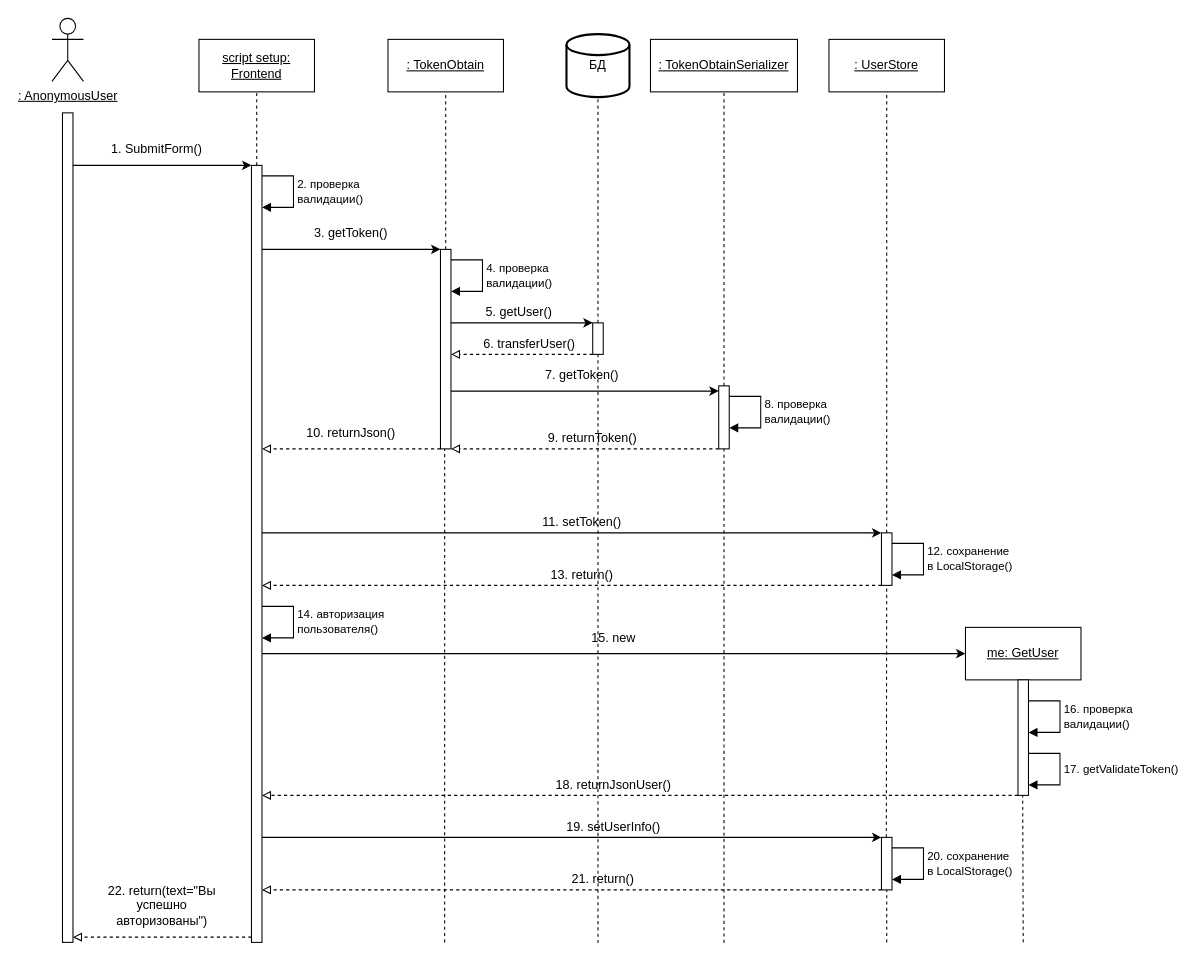
Earlier version of the draw.io diagram diagrams/UML_Diagramma_posledowatelnostey.drawio (Dimatron74/FadGamer). Source tidied: cells renumbered, new cells numbered last; positions are measured from the earlier drawing's top-left corner, leaving out a move shared by most shapes. Both pictures are drawn from the tidied source at 105%, with x=0, y=0 at pixel (51, 18).
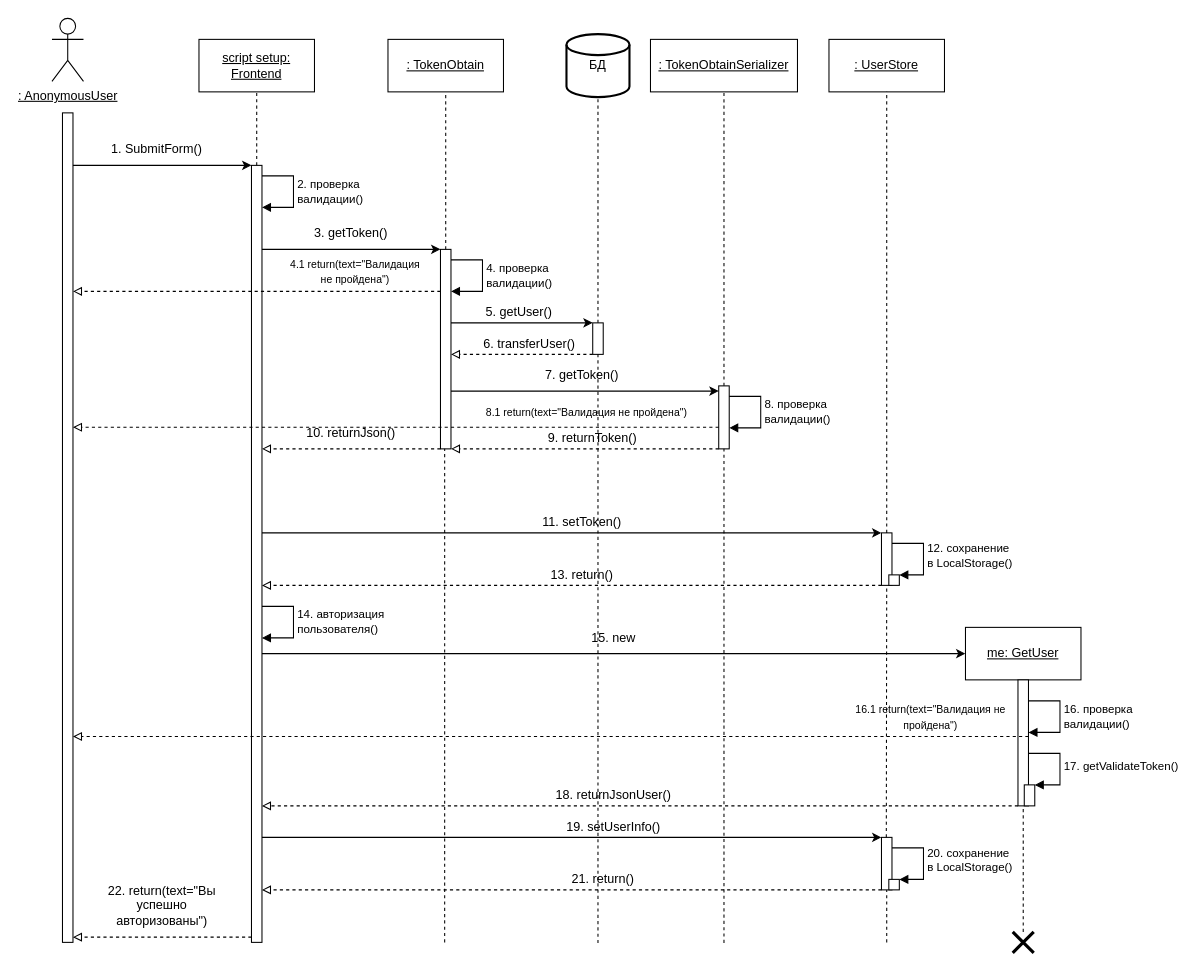
The same page after the edit.

Unchanged cells that the change refers to:
```xml
<mxCell id="9" style="html=1;points=[[0,0,0,0,5],[0,1,0,0,-5],[1,0,0,0,5],[1,1,0,0,-5]];perimeter=orthogonalPerimeter;outlineConnect=0;targetShapes=umlLifeline;portConstraint=eastwest;newEdgeStyle={&quot;curved&quot;:0,&quot;rounded&quot;:0};" parent="1" vertex="1">
  <mxGeometry x="10" y="90" width="10" height="790" as="geometry" />
</mxCell>
```

Change to the diagram source:
```diff
@@
-    <mxCell id="39" value="12. сохранение &lt;br&gt;в LocalStorage()" style="html=1;align=left;spacingLeft=2;endArrow=block;rounded=0;edgeStyle=orthogonalEdgeStyle;curved=0;rounded=0;" parent="1" edge="1">
+    <mxCell id="39" value="12. сохранение &lt;br&gt;в LocalStorage()" style="html=1;align=left;spacingLeft=2;endArrow=block;rounded=0;edgeStyle=orthogonalEdgeStyle;curved=0;rounded=0;" parent="1" edge="1" target="71">
       <mxGeometry relative="1" as="geometry">
         <mxPoint x="800" y="500" as="sourcePoint" />
-        <mxPoint x="800" y="530" as="targetPoint" />
         <Array as="points">
           <mxPoint x="830" y="500" />
           <mxPoint x="830" y="530" />
         </Array>
       </mxGeometry>
     </mxCell>
@@
     <mxCell id="45" style="html=1;points=[[0,0,0,0,5],[0,1,0,0,-5],[1,0,0,0,5],[1,1,0,0,-5]];perimeter=orthogonalPerimeter;outlineConnect=0;targetShapes=umlLifeline;portConstraint=eastwest;newEdgeStyle={&quot;curved&quot;:0,&quot;rounded&quot;:0};" parent="1" vertex="1">
-      <mxGeometry x="920" y="630" width="10" height="110" as="geometry" />
+      <mxGeometry x="920" y="630" width="10" height="120" as="geometry" />
     </mxCell>
@@
-    <mxCell id="47" value="17. getValidateToken()" style="html=1;align=left;spacingLeft=2;endArrow=block;rounded=0;edgeStyle=orthogonalEdgeStyle;curved=0;rounded=0;" parent="1" edge="1">
+    <mxCell id="47" value="17. getValidateToken()" style="html=1;align=left;spacingLeft=2;endArrow=block;rounded=0;edgeStyle=orthogonalEdgeStyle;curved=0;rounded=0;" parent="1" edge="1" target="70">
       <mxGeometry relative="1" as="geometry">
         <mxPoint x="930" y="700" as="sourcePoint" />
-        <mxPoint x="930" y="730" as="targetPoint" />
         <Array as="points">
           <mxPoint x="960" y="700" />
           <mxPoint x="960" y="730" />
         </Array>
       </mxGeometry>
     </mxCell>
-    <mxCell id="48" style="endArrow=block;html=1;rounded=0;dashed=1;endFill=0;" parent="1" edge="1" source="45">
+    <mxCell id="48" style="endArrow=block;html=1;rounded=0;dashed=1;endFill=0;" parent="1" edge="1">
       <mxGeometry relative="1" as="geometry">
-        <mxPoint x="200" y="740" as="targetPoint" />
+        <mxPoint x="920" y="750" as="sourcePoint" />
+        <mxPoint x="200" y="750" as="targetPoint" />
       </mxGeometry>
     </mxCell>
     <mxCell id="49" value="18. returnJsonUser()" style="text;html=1;align=center;verticalAlign=middle;whiteSpace=wrap;rounded=0;" parent="1" vertex="1">
-      <mxGeometry x="470" y="720" width="130" height="20" as="geometry" />
+      <mxGeometry x="470" y="730" width="130" height="20" as="geometry" />
     </mxCell>
@@
-    <mxCell id="53" value="20. сохранение &lt;br&gt;в LocalStorage()" style="html=1;align=left;spacingLeft=2;endArrow=block;rounded=0;edgeStyle=orthogonalEdgeStyle;curved=0;rounded=0;" parent="1" edge="1">
+    <mxCell id="53" value="20. сохранение &lt;br&gt;в LocalStorage()" style="html=1;align=left;spacingLeft=2;endArrow=block;rounded=0;edgeStyle=orthogonalEdgeStyle;curved=0;rounded=0;" parent="1" edge="1" target="72">
       <mxGeometry relative="1" as="geometry">
         <mxPoint x="800" y="790" as="sourcePoint" />
-        <mxPoint x="800" y="820" as="targetPoint" />
         <Array as="points">
           <mxPoint x="830" y="790" />
           <mxPoint x="830" y="820" />
         </Array>
       </mxGeometry>
     </mxCell>
@@
-    <mxCell id="58" style="endArrow=none;dashed=1;html=1;rounded=0;" parent="1" edge="1">
+    <mxCell id="58" style="endArrow=none;dashed=1;html=1;rounded=0;" parent="1" edge="1" source="73">
       <mxGeometry relative="1" as="geometry">
-        <mxPoint x="925" y="880" as="sourcePoint" />
-        <mxPoint x="924.5" y="740" as="targetPoint" />
+        <mxPoint x="925" y="750" as="targetPoint" />
       </mxGeometry>
     </mxCell>
@@
+    <mxCell id="64" style="endArrow=block;html=1;rounded=0;dashed=1;endFill=0;" parent="1" edge="1" target="9">
+      <mxGeometry relative="1" as="geometry">
+        <mxPoint x="370" y="260" as="sourcePoint" />
+      </mxGeometry>
+    </mxCell>
+    <mxCell id="65" value="&lt;font style=&quot;font-size: 10px;&quot;&gt;4.1 return(text=&quot;Валидация не пройдена&quot;)&lt;/font&gt;" style="text;html=1;align=center;verticalAlign=middle;whiteSpace=wrap;rounded=0;" parent="1" vertex="1">
+      <mxGeometry x="224" y="226" width="130" height="30" as="geometry" />
+    </mxCell>
+    <mxCell id="66" style="endArrow=block;html=1;rounded=0;dashed=1;endFill=0;" parent="1" edge="1" target="9">
+      <mxGeometry relative="1" as="geometry">
+        <mxPoint x="635" y="389.4" as="sourcePoint" />
+      </mxGeometry>
+    </mxCell>
+    <mxCell id="67" value="&lt;font style=&quot;font-size: 10px;&quot;&gt;8.1 return(text=&quot;Валидация не пройдена&quot;)&lt;/font&gt;" style="text;html=1;align=center;verticalAlign=middle;whiteSpace=wrap;rounded=0;" parent="1" vertex="1">
+      <mxGeometry x="400" y="360" width="219" height="30" as="geometry" />
+    </mxCell>
+    <mxCell id="68" style="endArrow=block;html=1;rounded=0;dashed=1;endFill=0;" parent="1" edge="1" target="9">
+      <mxGeometry relative="1" as="geometry">
+        <mxPoint x="930" y="684" as="sourcePoint" />
+      </mxGeometry>
+    </mxCell>
+    <mxCell id="69" value="&lt;font style=&quot;font-size: 10px;&quot;&gt;16.1 return(text=&quot;Валидация не пройдена&quot;)&lt;/font&gt;" style="text;html=1;align=center;verticalAlign=middle;whiteSpace=wrap;rounded=0;" parent="1" vertex="1">
+      <mxGeometry x="760" y="650" width="154" height="30" as="geometry" />
+    </mxCell>
+    <mxCell id="70" style="html=1;points=[[0,0,0,0,5],[0,1,0,0,-5],[1,0,0,0,5],[1,1,0,0,-5]];perimeter=orthogonalPerimeter;outlineConnect=0;targetShapes=umlLifeline;portConstraint=eastwest;newEdgeStyle={&quot;curved&quot;:0,&quot;rounded&quot;:0};" parent="1" vertex="1">
+      <mxGeometry x="926" y="730" width="10" height="20" as="geometry" />
+    </mxCell>
+    <mxCell id="71" style="html=1;points=[[0,0,0,0,5],[0,1,0,0,-5],[1,0,0,0,5],[1,1,0,0,-5]];perimeter=orthogonalPerimeter;outlineConnect=0;targetShapes=umlLifeline;portConstraint=eastwest;newEdgeStyle={&quot;curved&quot;:0,&quot;rounded&quot;:0};" parent="1" vertex="1">
+      <mxGeometry x="797" y="530" width="10" height="10" as="geometry" />
+    </mxCell>
+    <mxCell id="72" style="html=1;points=[[0,0,0,0,5],[0,1,0,0,-5],[1,0,0,0,5],[1,1,0,0,-5]];perimeter=orthogonalPerimeter;outlineConnect=0;targetShapes=umlLifeline;portConstraint=eastwest;newEdgeStyle={&quot;curved&quot;:0,&quot;rounded&quot;:0};" parent="1" vertex="1">
+      <mxGeometry x="797" y="820" width="10" height="10" as="geometry" />
+    </mxCell>
+    <mxCell id="73" style="shape=umlDestroy;whiteSpace=wrap;html=1;strokeWidth=3;targetShapes=umlLifeline;" parent="1" vertex="1">
+      <mxGeometry x="915" y="870" width="20" height="20" as="geometry" />
+    </mxCell>
```
